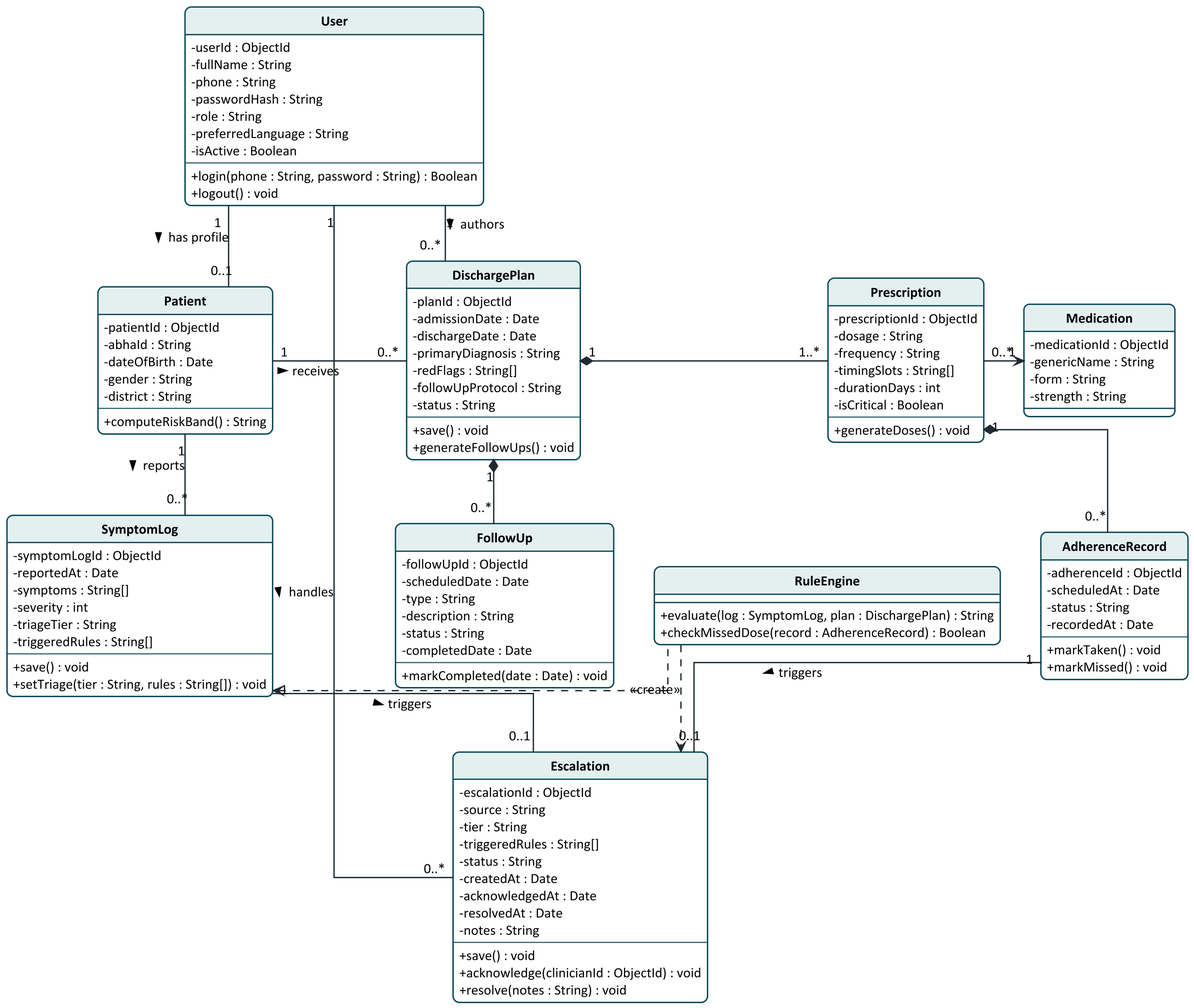
Before: docs/diagrams/class.png, a diagram exported from PlantUML (vandit-cloud/DisCharge-Plus).
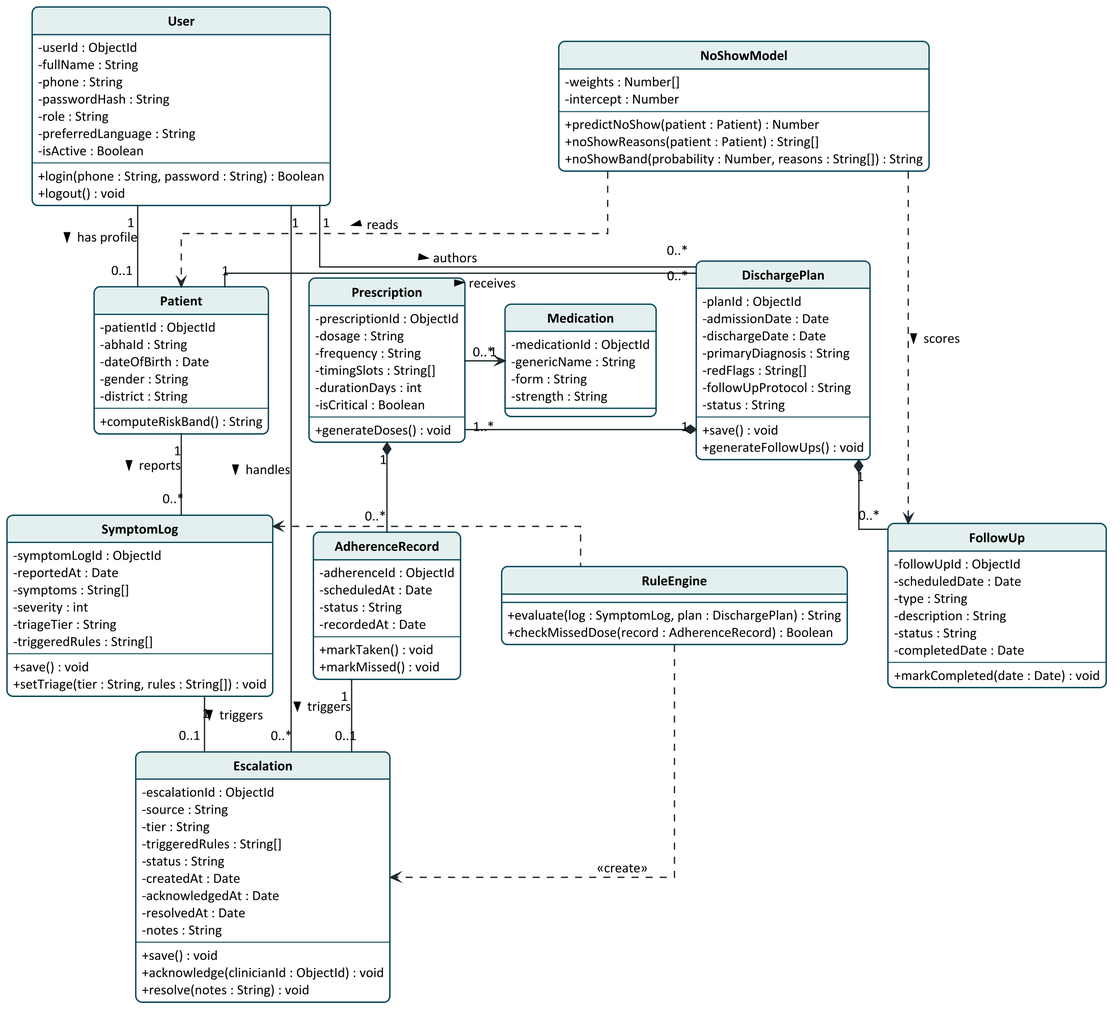
The same file after the commit.

Diff of the diagram source:
```diff
@@ -122,6 +122,15 @@
   + checkMissedDose(record : AdherenceRecord) : Boolean
 }
 
+class NoShowModel {
+  - weights : Number[]
+  - intercept : Number
+  --
+  + predictNoShow(patient : Patient) : Number
+  + noShowReasons(patient : Patient) : String[]
+  + noShowBand(probability : Number, reasons : String[]) : String
+}
+
 User "1" -right- "0..1" Patient : has profile >
 Patient "1" -right- "0..*" DischargePlan : receives >
 User "1" -up- "0..*" DischargePlan : authors >
@@ -135,4 +144,6 @@
 User "1" -down- "0..*" Escalation : handles >
 RuleEngine .left.> SymptomLog
 RuleEngine ..> Escalation : <<create>>
+NoShowModel ..> FollowUp : scores >
+NoShowModel ..> Patient : reads >
 @enduml
```
